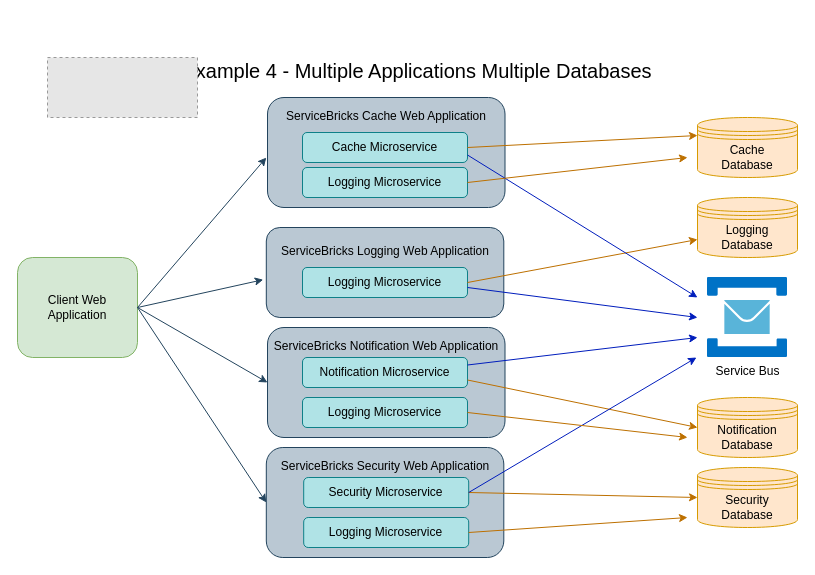
Before: page "Example4" (4 of 5) of Examples.drawio in holomodular/ServiceBricks-Examples, a draw.io diagram. Source tidied: cells renumbered, new cells numbered last; positions are measured from the earlier drawing's top-left corner, leaving out a move shared by most shapes. Both pictures are drawn from the tidied source at 100%, with x=0, y=0 at pixel (17, 47). Pictures stored in the file or linked from it are replaced by grey dashed boxes.
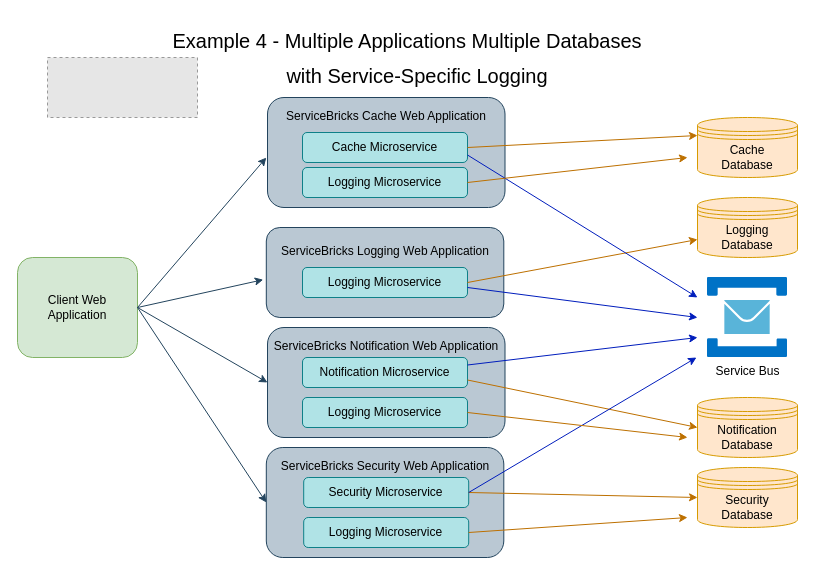
The same page after the edit.

What changed in the source:
```diff
@@
     <mxCell id="5" value="Example 4 -&amp;nbsp;&lt;span style=&quot;background-color: initial;&quot;&gt;Multiple Applications&amp;nbsp;&lt;/span&gt;&lt;span style=&quot;background-color: initial;&quot;&gt;Multiple Databases&lt;/span&gt;" style="text;html=1;align=center;verticalAlign=middle;whiteSpace=wrap;rounded=0;fontSize=20;" parent="1" vertex="1">
-      <mxGeometry x="150" width="500" height="45" as="geometry" />
+      <mxGeometry x="140" y="-30" width="500" height="45" as="geometry" />
     </mxCell>
@@
+    <mxCell id="36" value="with Service-Specific Logging" style="text;html=1;align=center;verticalAlign=middle;whiteSpace=wrap;rounded=0;fontSize=20;" parent="1" vertex="1">
+      <mxGeometry x="150" y="5" width="500" height="45" as="geometry" />
+    </mxCell>
```
